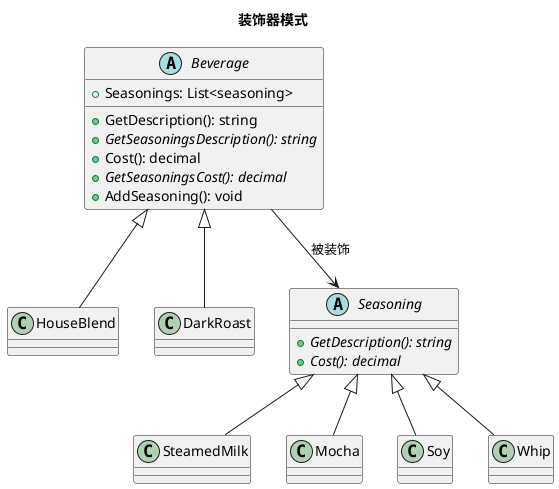
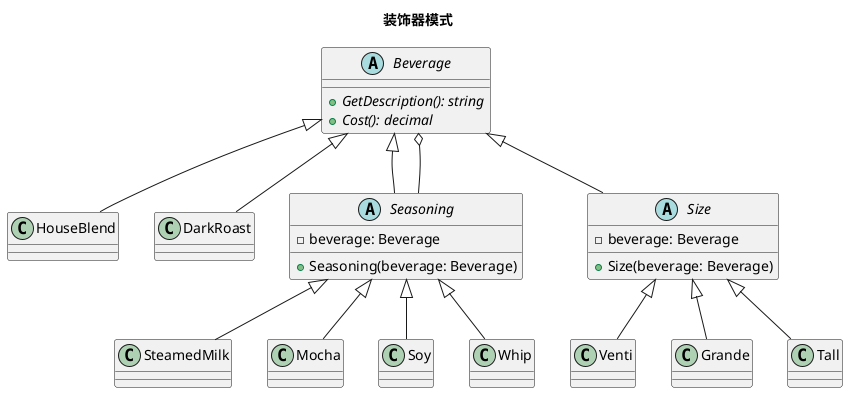
@startuml 装饰器模式
title 装饰器模式

' ==== 饮料
abstract class Beverage {
-     + Seasonings: List<seasoning>
-     + GetDescription(): string
-     + {abstract} GetSeasoningsDescription(): string
-     + Cost(): decimal
-     + {abstract} GetSeasoningsCost(): decimal
-     + AddSeasoning(): void
+     + {abstract} GetDescription(): string
+     + {abstract} Cost(): decimal
}

class HouseBlend extends Beverage {}

class DarkRoast extends Beverage {}

' ==== 调料
- abstract class Seasoning {
-     + {abstract} GetDescription(): string
-     + {abstract} Cost(): decimal
+ abstract class Seasoning extends Beverage {
+     - beverage: Beverage
+     + Seasoning(beverage: Beverage)
}

class SteamedMilk extends Seasoning {}
class Mocha extends Seasoning {}
class Soy extends Seasoning {}
class Whip extends Seasoning {}

+ ' === 容量
+ abstract class Size extends Beverage {
+     - beverage: Beverage
+     + Size(beverage: Beverage)
+ }
+ class Venti extends Size {}
+ class Grande extends Size {}
+ class Tall extends Size {}
+ 
+ 
' ==== 关系
- Beverage --> Seasoning : "被装饰"
+ Seasoning --o Beverage

@enduml